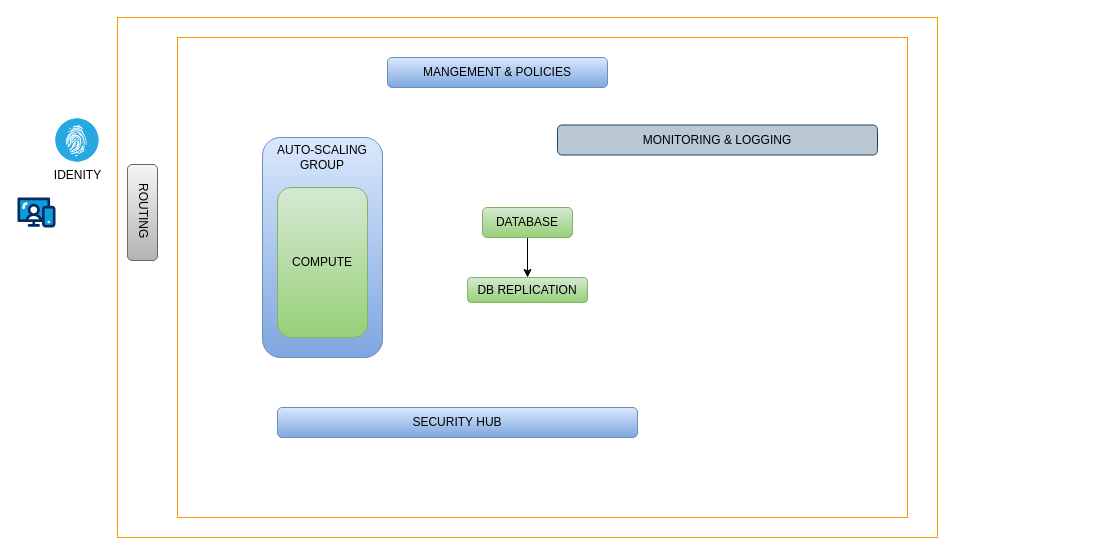
This is ent_1.drawio from ai-next-zen/diagrams, a draw.io file, before an edit. Source tidied: cells renumbered, new cells numbered last; positions are measured from the earlier drawing's top-left corner, leaving out a move shared by most shapes. Both pictures are drawn from the tidied source at 100%, with x=0, y=0 at pixel (17, 17).
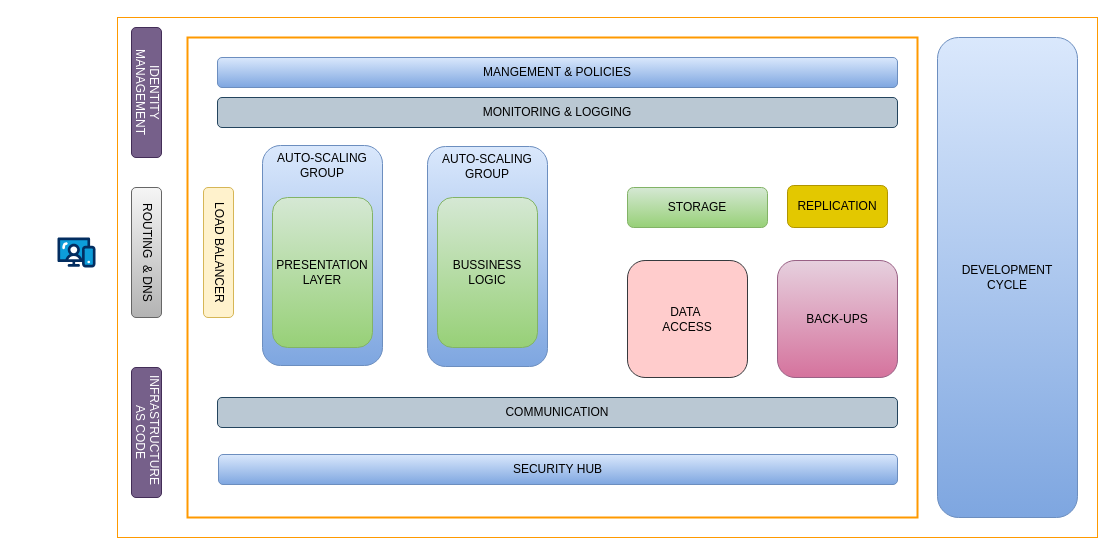
The same diagram, later.

The edit, as a diff of the source:
```diff
@@
+    <mxCell id="5" style="gradientColor=none;html=1;whiteSpace=wrap;fontSize=12;fontStyle=0;strokeColor=light-dark(#FF9900,#0000CC);fillColor=default;verticalAlign=middle;align=center;fontColor=#FF9900;spacingTop=3;flipH=0;horizontal=1;labelPosition=center;verticalLabelPosition=middle;spacing=1;rounded=0;shadow=0;strokeWidth=2;" parent="1" vertex="1">
+      <mxGeometry x="170" y="20" width="730" height="480" as="geometry" />
+    </mxCell>
     <mxCell id="2" style="gradientColor=none;html=1;whiteSpace=wrap;fontSize=12;fontStyle=0;strokeColor=#FF9900;fillColor=none;verticalAlign=top;align=center;fontColor=#FF9900;dashed=0;spacingTop=3;" parent="1" vertex="1">
-      <mxGeometry x="100" width="820" height="520" as="geometry" />
+      <mxGeometry x="100" width="980" height="520" as="geometry" />
     </mxCell>
     <mxCell id="3" style="verticalLabelPosition=bottom;html=1;shape=mxgraph.salesforce.web;" parent="1" vertex="1">
-      <mxGeometry y="180" width="38" height="30" as="geometry" />
+      <mxGeometry x="40" y="220" width="38" height="30" as="geometry" />
     </mxCell>
-    <mxCell id="4" value="IDENITY" style="fillColor=#28A8E0;verticalLabelPosition=bottom;sketch=0;html=1;strokeColor=#ffffff;verticalAlign=top;align=center;shape=mxgraph.cisco_safe.compositeIcon;bgIcon=ellipse;resIcon=mxgraph.cisco_safe.capability.identity_authorization;" parent="1" vertex="1">
-      <mxGeometry x="38" y="101" width="43" height="43" as="geometry" />
-    </mxCell>
-    <mxCell id="5" style="gradientColor=none;html=1;whiteSpace=wrap;fontSize=12;fontStyle=0;strokeColor=#FF9900;fillColor=none;verticalAlign=top;align=center;fontColor=#FF9900;dashed=0;spacingTop=3;" parent="1" vertex="1">
-      <mxGeometry x="160" y="20" width="730" height="480" as="geometry" />
-    </mxCell>
     <mxCell id="6" value="MONITORING &amp;amp; LOGGING" style="rounded=1;whiteSpace=wrap;html=1;fillColor=#bac8d3;strokeColor=#23445d;" parent="1" vertex="1">
-      <mxGeometry x="540" y="107.5" width="320" height="30" as="geometry" />
+      <mxGeometry x="200" y="80" width="680" height="30" as="geometry" />
     </mxCell>
     <mxCell id="7" value="&lt;span style=&quot;background-color: transparent; color: light-dark(rgb(0, 0, 0), rgb(255, 255, 255));&quot;&gt;AUTO-SCALING&lt;/span&gt;&lt;br&gt;&lt;span style=&quot;background-color: transparent; color: light-dark(rgb(0, 0, 0), rgb(255, 255, 255));&quot;&gt;GROUP&lt;/span&gt;" style="rounded=1;whiteSpace=wrap;html=1;labelPosition=center;verticalLabelPosition=top;align=center;verticalAlign=bottom;spacingTop=6;spacing=-35;fillColor=#dae8fc;strokeColor=#6c8ebf;gradientColor=#7ea6e0;" parent="1" vertex="1">
-      <mxGeometry x="245" y="120" width="120" height="220" as="geometry" />
+      <mxGeometry x="245" y="128" width="120" height="220" as="geometry" />
     </mxCell>
-    <mxCell id="8" value="ROUTING&amp;nbsp;" style="rounded=1;whiteSpace=wrap;html=1;textDirection=vertical-lr;fillColor=#f5f5f5;gradientColor=#b3b3b3;strokeColor=#666666;" parent="1" vertex="1">
-      <mxGeometry x="110" y="147" width="30" height="96" as="geometry" />
+    <mxCell id="8" value="ROUTING&amp;nbsp; &amp;amp; DNS" style="rounded=1;whiteSpace=wrap;html=1;textDirection=vertical-lr;fillColor=#f5f5f5;gradientColor=#b3b3b3;strokeColor=#666666;" parent="1" vertex="1">
+      <mxGeometry x="114" y="170" width="30" height="130" as="geometry" />
     </mxCell>
-    <mxCell id="9" value="COMPUTE" style="rounded=1;whiteSpace=wrap;html=1;fillColor=#d5e8d4;gradientColor=#97d077;strokeColor=#82b366;" parent="1" vertex="1">
-      <mxGeometry x="260" y="170" width="90" height="150" as="geometry" />
+    <mxCell id="9" value="PRESENTATION&lt;div&gt;LAYER&lt;/div&gt;" style="rounded=1;whiteSpace=wrap;html=1;fillColor=#d5e8d4;gradientColor=#97d077;strokeColor=#82b366;" parent="1" vertex="1">
+      <mxGeometry x="255" y="180" width="100" height="150" as="geometry" />
     </mxCell>
     <mxCell id="10" value="MANGEMENT &amp;amp; POLICIES" style="rounded=1;whiteSpace=wrap;html=1;fillColor=#dae8fc;strokeColor=#6c8ebf;gradientColor=#7ea6e0;" parent="1" vertex="1">
-      <mxGeometry x="370" y="40" width="220" height="30" as="geometry" />
+      <mxGeometry x="200" y="40" width="680" height="30" as="geometry" />
     </mxCell>
     <mxCell id="11" value="SECURITY HUB" style="rounded=1;whiteSpace=wrap;html=1;fillColor=#dae8fc;strokeColor=#6c8ebf;gradientColor=#7ea6e0;" parent="1" vertex="1">
-      <mxGeometry x="260" y="390" width="360" height="30" as="geometry" />
+      <mxGeometry x="201" y="437" width="679" height="30" as="geometry" />
     </mxCell>
-    <mxCell id="12" style="edgeStyle=orthogonalEdgeStyle;rounded=0;jettySize=auto;html=1;" parent="1" edge="1" source="13" target="14">
-      <mxGeometry relative="1" as="geometry" />
-    </mxCell>
-    <mxCell id="13" value="DATABASE" style="rounded=1;whiteSpace=wrap;html=1;fillColor=#d5e8d4;gradientColor=#97d077;strokeColor=#82b366;" parent="1" vertex="1">
-      <mxGeometry x="465" y="190" width="90" height="30" as="geometry" />
+    <mxCell id="13" value="STORAGE" style="rounded=1;whiteSpace=wrap;html=1;fillColor=#d5e8d4;gradientColor=#97d077;strokeColor=#82b366;" parent="1" vertex="1">
+      <mxGeometry x="610" y="170" width="140" height="40" as="geometry" />
     </mxCell>
-    <mxCell id="14" value="DB REPLICATION" style="whiteSpace=wrap;html=1;fillColor=#d5e8d4;strokeColor=#82b366;rounded=1;gradientColor=#97d077;" parent="1" vertex="1">
-      <mxGeometry x="450" y="260" width="120" height="25" as="geometry" />
+    <mxCell id="14" value="REPLICATION" style="whiteSpace=wrap;html=1;fillColor=#e3c800;strokeColor=#B09500;rounded=1;fontColor=#000000;" parent="1" vertex="1">
+      <mxGeometry x="770" y="168" width="100" height="42" as="geometry" />
     </mxCell>
+    <mxCell id="15" value="&lt;span style=&quot;background-color: transparent; color: light-dark(rgb(0, 0, 0), rgb(255, 255, 255));&quot;&gt;AUTO-SCALING&lt;/span&gt;&lt;br&gt;&lt;span style=&quot;background-color: transparent; color: light-dark(rgb(0, 0, 0), rgb(255, 255, 255));&quot;&gt;GROUP&lt;/span&gt;" style="rounded=1;whiteSpace=wrap;html=1;labelPosition=center;verticalLabelPosition=top;align=center;verticalAlign=bottom;spacingTop=6;spacing=-35;fillColor=#dae8fc;strokeColor=#6c8ebf;gradientColor=#7ea6e0;" parent="1" vertex="1">
+      <mxGeometry x="410" y="129" width="120" height="220" as="geometry" />
+    </mxCell>
+    <mxCell id="16" value="&lt;div&gt;BUSSINESS&lt;/div&gt;&lt;div&gt;LOGIC&lt;/div&gt;" style="rounded=1;whiteSpace=wrap;html=1;fillColor=#d5e8d4;gradientColor=#97d077;strokeColor=#82b366;" parent="1" vertex="1">
+      <mxGeometry x="420" y="180" width="100" height="150" as="geometry" />
+    </mxCell>
+    <mxCell id="17" value="COMMUNICATION" style="rounded=1;whiteSpace=wrap;html=1;fillColor=#bac8d3;strokeColor=#23445d;" parent="1" vertex="1">
+      <mxGeometry x="200" y="380" width="680" height="30" as="geometry" />
+    </mxCell>
+    <mxCell id="18" value="DATA&amp;nbsp;&lt;div&gt;ACCESS&lt;/div&gt;" style="rounded=1;whiteSpace=wrap;html=1;fillColor=#ffcccc;strokeColor=#36393d;" parent="1" vertex="1">
+      <mxGeometry x="610" y="243" width="120" height="117" as="geometry" />
+    </mxCell>
+    <mxCell id="19" value="BACK-UPS" style="whiteSpace=wrap;html=1;rounded=1;fillColor=#e6d0de;gradientColor=#d5739d;strokeColor=#996185;" parent="1" vertex="1">
+      <mxGeometry x="760" y="243" width="120" height="117" as="geometry" />
+    </mxCell>
+    <mxCell id="20" value="LOAD BALANCER" style="rounded=1;whiteSpace=wrap;html=1;textDirection=vertical-lr;fillColor=#fff2cc;strokeColor=#d6b656;" parent="1" vertex="1">
+      <mxGeometry x="186" y="170" width="30" height="130" as="geometry" />
+    </mxCell>
+    <mxCell id="21" value="IDENTITY MANAGEMENT" style="rounded=1;whiteSpace=wrap;html=1;textDirection=vertical-rl;fillColor=#76608a;strokeColor=#432D57;fontColor=#ffffff;" parent="1" vertex="1">
+      <mxGeometry x="114" y="10" width="30" height="130" as="geometry" />
+    </mxCell>
+    <mxCell id="22" value="INFRASTRUCTURE&amp;nbsp;&lt;div&gt;AS CODE&lt;/div&gt;" style="rounded=1;whiteSpace=wrap;html=1;textDirection=vertical-rl;fillColor=#76608a;strokeColor=#432D57;fontColor=#ffffff;" parent="1" vertex="1">
+      <mxGeometry x="114" y="350" width="30" height="130" as="geometry" />
+    </mxCell>
+    <mxCell id="23" value="DEVELOPMENT&lt;div&gt;CYCLE&lt;/div&gt;" style="rounded=1;whiteSpace=wrap;html=1;fillColor=#dae8fc;strokeColor=#6c8ebf;gradientColor=#7ea6e0;" parent="1" vertex="1">
+      <mxGeometry x="920" y="20" width="140" height="480" as="geometry" />
+    </mxCell>
```
